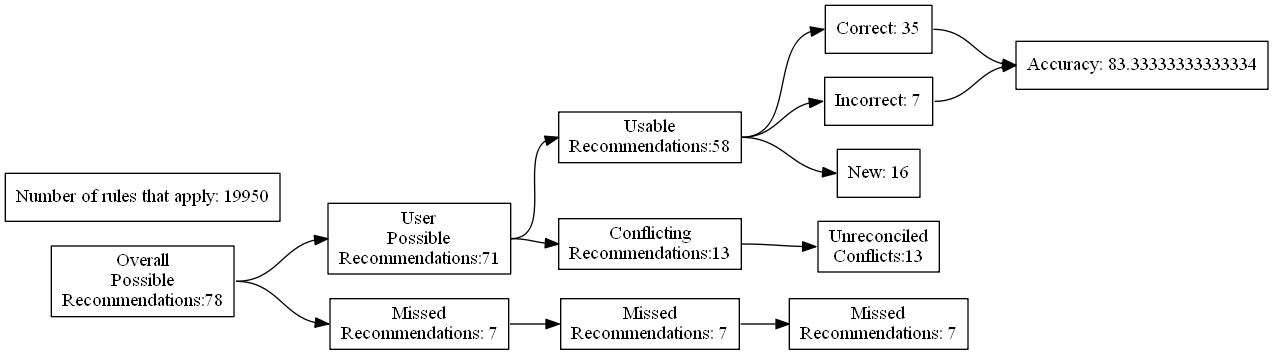
The Graphviz diagram test_renders/107.gv.png in ZaxR/ibd_diet_analysis, before a commit. Its source is kept beside it as test_renders/107.gv.
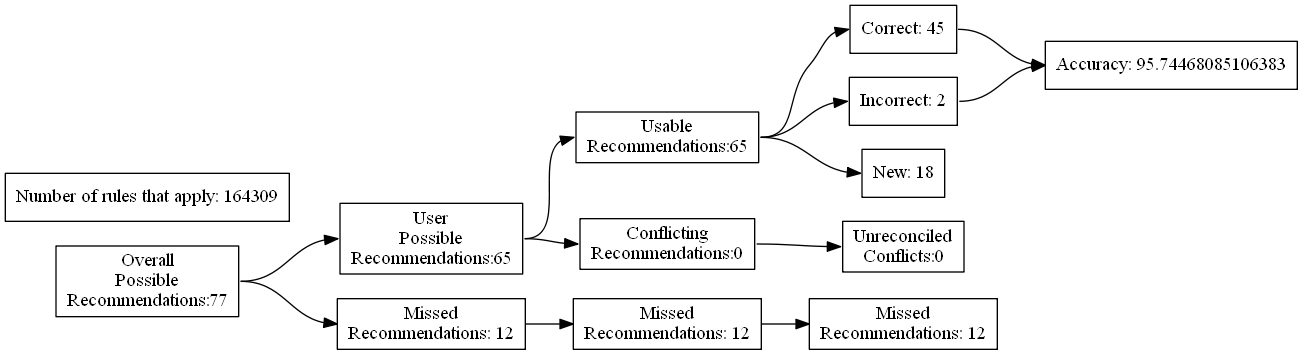
After the commit.

What changed in the source:
```diff
@@ -4,27 +4,27 @@
 	edge [headport=w tailport=e]
 		A [label="Overall
 Possible
-Recommendations:78"]
+Recommendations:77"]
 		B [label="User
 Possible
-Recommendations:71"]
+Recommendations:65"]
 		C [label="Missed
-Recommendations: 7"]
+Recommendations: 12"]
 		D [label="Usable
-Recommendations:58"]
+Recommendations:65"]
 		E [label="Conflicting
-Recommendations:13"]
+Recommendations:0"]
 		J [label="Missed
-Recommendations: 7"]
+Recommendations: 12"]
 		M [label="Unreconciled
-Conflicts:13"]
-		F [label="Correct: 35"]
-		G [label="Incorrect: 7"]
-		H [label="New: 16"]
+Conflicts:0"]
+		F [label="Correct: 45"]
+		G [label="Incorrect: 2"]
+		H [label="New: 18"]
 		K [label="Missed
-Recommendations: 7"]
-		I [label="Accuracy: 83.33333333333334"]
-		l [label="Number of rules that apply: 19950"]
+Recommendations: 12"]
+		I [label="Accuracy: 95.74468085106383"]
+		l [label="Number of rules that apply: 164309"]
 			A -> B
 			A -> C
 			B -> D
```
